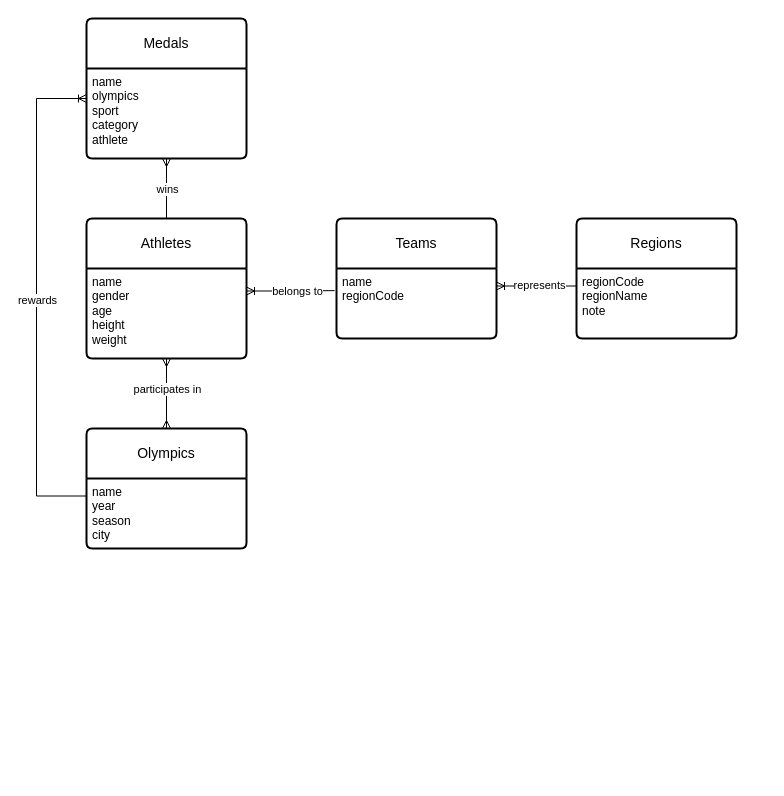
maciej-polcyn/ms-sql-olympics-database-project keeps this draw.io diagram as olympics_entity_relation_diagram.drawio. Above is the earlier version. Source tidied: cells renumbered, new cells numbered last; positions are measured from the earlier drawing's top-left corner, leaving out a move shared by most shapes. Both pictures are drawn from the tidied source at 100%, with x=0, y=0 at pixel (36, 18).
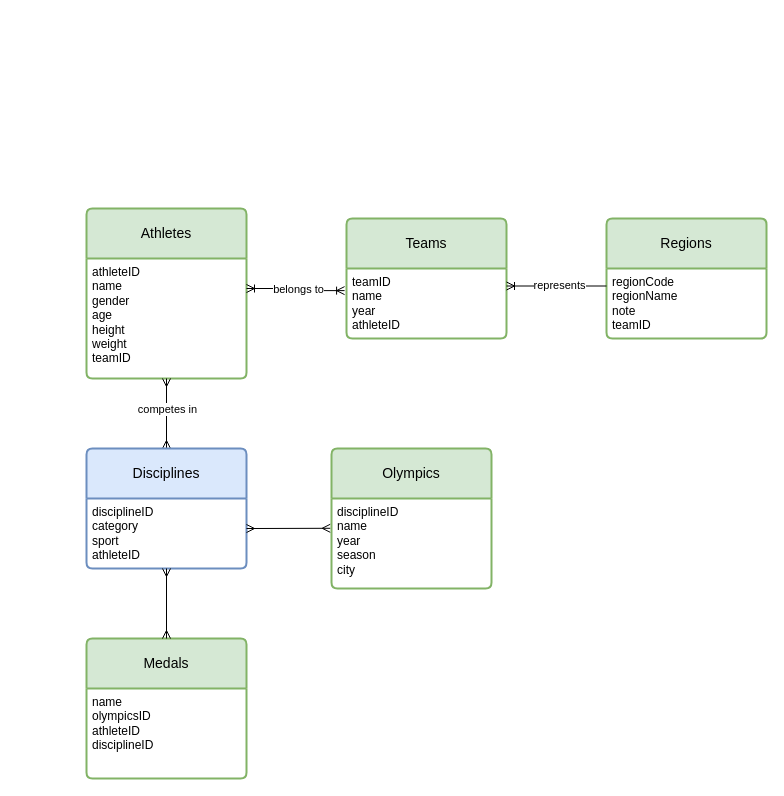
After the change.

The edit, as a diff of the source:
```diff
@@
-    <mxCell id="2" value="Athletes" style="swimlane;horizontal=1;startSize=50;rounded=1;fontSize=14;fontStyle=0;strokeWidth=2;shadow=0;dashed=0;align=center;arcSize=4;whiteSpace=wrap;html=1;" parent="1" vertex="1">
-      <mxGeometry x="50" y="200" width="160" height="140" as="geometry" />
+    <mxCell id="2" value="Athletes" style="swimlane;horizontal=1;startSize=50;rounded=1;fontSize=14;fontStyle=0;strokeWidth=2;shadow=0;dashed=0;align=center;arcSize=4;whiteSpace=wrap;html=1;fillColor=#d5e8d4;strokeColor=#82b366;" parent="1" vertex="1">
+      <mxGeometry x="50" y="190" width="160" height="170" as="geometry" />
     </mxCell>
-    <mxCell id="3" value="name&lt;br&gt;gender&lt;br&gt;age&lt;br&gt;height&lt;br&gt;weight" style="align=left;strokeColor=none;fillColor=none;spacingLeft=4;fontSize=12;verticalAlign=top;html=1;" parent="2" vertex="1">
-      <mxGeometry y="50" width="160" height="90" as="geometry" />
+    <mxCell id="3" value="athleteID&lt;br&gt;name&lt;br&gt;gender&lt;br&gt;age&lt;br&gt;height&lt;br&gt;weight&lt;br&gt;teamID" style="align=left;strokeColor=none;fillColor=none;spacingLeft=4;fontSize=12;verticalAlign=top;html=1;" parent="2" vertex="1">
+      <mxGeometry y="50" width="160" height="120" as="geometry" />
     </mxCell>
-    <mxCell id="4" value="Regions" style="swimlane;horizontal=1;startSize=50;rounded=1;fontSize=14;fontStyle=0;strokeWidth=2;shadow=0;dashed=0;align=center;arcSize=4;whiteSpace=wrap;html=1;" parent="1" vertex="1">
-      <mxGeometry x="540" y="200" width="160" height="120" as="geometry" />
+    <mxCell id="4" value="Regions" style="swimlane;horizontal=1;startSize=50;rounded=1;fontSize=14;fontStyle=0;strokeWidth=2;shadow=0;dashed=0;align=center;arcSize=4;whiteSpace=wrap;html=1;fillColor=#d5e8d4;strokeColor=#82b366;" parent="1" vertex="1">
+      <mxGeometry x="570" y="200" width="160" height="120" as="geometry" />
     </mxCell>
-    <mxCell id="5" value="regionCode&lt;br&gt;regionName&lt;br&gt;note" style="align=left;strokeColor=none;fillColor=none;spacingLeft=4;fontSize=12;verticalAlign=top;html=1;" parent="4" vertex="1">
+    <mxCell id="5" value="regionCode&lt;br&gt;regionName&lt;br&gt;note&lt;br&gt;teamID" style="align=left;strokeColor=none;fillColor=none;spacingLeft=4;fontSize=12;verticalAlign=top;html=1;" parent="4" vertex="1">
       <mxGeometry y="50" width="160" height="70" as="geometry" />
     </mxCell>
-    <mxCell id="6" value="Teams" style="swimlane;horizontal=1;startSize=50;rounded=1;fontSize=14;fontStyle=0;strokeWidth=2;shadow=0;dashed=0;align=center;arcSize=4;whiteSpace=wrap;html=1;" parent="1" vertex="1">
-      <mxGeometry x="300" y="200" width="160" height="120" as="geometry" />
+    <mxCell id="6" value="Teams" style="swimlane;horizontal=1;startSize=50;rounded=1;fontSize=14;fontStyle=0;strokeWidth=2;shadow=0;dashed=0;align=center;arcSize=4;whiteSpace=wrap;html=1;fillColor=#d5e8d4;strokeColor=#82b366;" parent="1" vertex="1">
+      <mxGeometry x="310" y="200" width="160" height="120" as="geometry" />
     </mxCell>
-    <mxCell id="7" value="name&lt;br&gt;regionCode" style="align=left;strokeColor=none;fillColor=none;spacingLeft=4;fontSize=12;verticalAlign=top;html=1;" parent="6" vertex="1">
+    <mxCell id="7" value="teamID&lt;br&gt;name&lt;br&gt;year&lt;br&gt;athleteID" style="align=left;strokeColor=none;fillColor=none;spacingLeft=4;fontSize=12;verticalAlign=top;html=1;" parent="6" vertex="1">
       <mxGeometry y="50" width="160" height="70" as="geometry" />
     </mxCell>
-    <mxCell id="8" value="Medals" style="swimlane;horizontal=1;startSize=50;rounded=1;fontSize=14;fontStyle=0;strokeWidth=2;shadow=0;dashed=0;align=center;arcSize=4;whiteSpace=wrap;html=1;" parent="1" vertex="1">
-      <mxGeometry x="50" width="160" height="140" as="geometry" />
+    <mxCell id="8" value="Medals" style="swimlane;horizontal=1;startSize=50;rounded=1;fontSize=14;fontStyle=0;strokeWidth=2;shadow=0;dashed=0;align=center;arcSize=4;whiteSpace=wrap;html=1;fillColor=#d5e8d4;strokeColor=#82b366;" parent="1" vertex="1">
+      <mxGeometry x="50" y="620" width="160" height="140" as="geometry" />
     </mxCell>
-    <mxCell id="9" value="name&lt;br&gt;olympics&lt;br&gt;sport&lt;br&gt;category&lt;br&gt;athlete" style="align=left;strokeColor=none;fillColor=none;spacingLeft=4;fontSize=12;verticalAlign=top;html=1;" parent="8" vertex="1">
+    <mxCell id="9" value="name&lt;br&gt;olympicsID&lt;br&gt;athleteID&lt;br&gt;disciplineID" style="align=left;strokeColor=none;fillColor=none;spacingLeft=4;fontSize=12;verticalAlign=top;html=1;" parent="8" vertex="1">
       <mxGeometry y="50" width="160" height="90" as="geometry" />
     </mxCell>
-    <mxCell id="10" value="Olympics" style="swimlane;horizontal=1;startSize=50;rounded=1;fontSize=14;fontStyle=0;strokeWidth=2;shadow=0;dashed=0;align=center;arcSize=4;whiteSpace=wrap;html=1;" parent="1" vertex="1">
-      <mxGeometry x="50" y="410" width="160" height="120" as="geometry" />
+    <mxCell id="10" value="Olympics" style="swimlane;horizontal=1;startSize=50;rounded=1;fontSize=14;fontStyle=0;strokeWidth=2;shadow=0;dashed=0;align=center;arcSize=4;whiteSpace=wrap;html=1;fillColor=#d5e8d4;strokeColor=#82b366;" parent="1" vertex="1">
+      <mxGeometry x="295" y="430" width="160" height="140" as="geometry" />
     </mxCell>
-    <mxCell id="11" value="name&lt;br&gt;year&lt;br&gt;season&lt;br&gt;city" style="align=left;strokeColor=none;fillColor=none;spacingLeft=4;fontSize=12;verticalAlign=top;html=1;" parent="10" vertex="1">
-      <mxGeometry y="50" width="160" height="70" as="geometry" />
+    <mxCell id="11" value="disciplineID&lt;br&gt;name&lt;br&gt;year&lt;br&gt;season&lt;br&gt;city" style="align=left;strokeColor=none;fillColor=none;spacingLeft=4;fontSize=12;verticalAlign=top;html=1;" parent="10" vertex="1">
+      <mxGeometry y="50" width="160" height="90" as="geometry" />
     </mxCell>
-    <mxCell id="12" style="edgeStyle=orthogonalEdgeStyle;rounded=0;jettySize=auto;html=1;exitX=1;exitY=0.25;exitDx=0;exitDy=0;entryX=-0.012;entryY=0.316;entryDx=0;entryDy=0;entryPerimeter=0;endArrow=none;endFill=0;startArrow=ERoneToMany;startFill=0;" parent="1" edge="1" source="3" target="7">
+    <mxCell id="12" style="edgeStyle=orthogonalEdgeStyle;rounded=0;jettySize=auto;html=1;exitX=1;exitY=0.25;exitDx=0;exitDy=0;entryX=-0.012;entryY=0.316;entryDx=0;entryDy=0;entryPerimeter=0;endArrow=ERoneToMany;endFill=0;startArrow=ERoneToMany;startFill=0;" parent="1" edge="1" source="3" target="7">
       <mxGeometry relative="1" as="geometry" />
     </mxCell>
     <mxCell id="13" value="belongs to" style="edgeLabel;html=1;align=center;verticalAlign=middle;" parent="12" vertex="1">
       <mxGeometry x="-0.39" relative="1" as="geometry">
-        <mxPoint x="23" as="offset" />
+        <mxPoint x="20" as="offset" />
       </mxGeometry>
     </mxCell>
@@
-    <mxCell id="16" style="fontSize=12;html=1;endArrow=ERmany;startArrow=ERmany;rounded=0;exitX=0.5;exitY=1;exitDx=0;exitDy=0;entryX=0.5;entryY=0;entryDx=0;entryDy=0;" parent="1" edge="1" source="3" target="10">
+    <mxCell id="16" style="fontSize=12;html=1;endArrow=ERmany;startArrow=ERmany;rounded=0;exitX=0.5;exitY=1;exitDx=0;exitDy=0;entryX=0.5;entryY=0;entryDx=0;entryDy=0;" parent="1" edge="1" source="3" target="22">
       <mxGeometry relative="1" as="geometry" />
     </mxCell>
-    <mxCell id="17" value="participates in" style="edgeLabel;html=1;align=center;verticalAlign=middle;" parent="16" vertex="1">
+    <mxCell id="17" value="competes in" style="edgeLabel;html=1;align=center;verticalAlign=middle;" parent="16" vertex="1">
       <mxGeometry x="-0.38" relative="1" as="geometry">
         <mxPoint y="8" as="offset" />
       </mxGeometry>
     </mxCell>
-    <mxCell id="18" style="fontSize=12;html=1;endArrow=ERmany;startArrow=none;rounded=0;exitX=0.5;exitY=0;exitDx=0;exitDy=0;entryX=0.5;entryY=1;entryDx=0;entryDy=0;startFill=0;" parent="1" edge="1" source="2" target="9">
-      <mxGeometry relative="1" as="geometry" />
-    </mxCell>
-    <mxCell id="19" value="wins" style="edgeLabel;html=1;align=center;verticalAlign=middle;" parent="18" vertex="1">
-      <mxGeometry x="0.2" y="2" relative="1" as="geometry">
-        <mxPoint x="2" y="6" as="offset" />
-      </mxGeometry>
-    </mxCell>
-    <mxCell id="20" style="edgeStyle=orthogonalEdgeStyle;fontSize=12;html=1;endArrow=ERoneToMany;rounded=0;exitX=0;exitY=0.25;exitDx=0;exitDy=0;" parent="1" edge="1" source="11">
-      <mxGeometry relative="1" as="geometry">
-        <mxPoint x="50" y="80" as="targetPoint" />
-        <Array as="points">
-          <mxPoint y="478" />
-          <mxPoint y="80" />
-        </Array>
-      </mxGeometry>
-    </mxCell>
-    <mxCell id="21" value="rewards" style="edgeLabel;html=1;align=center;verticalAlign=middle;" parent="20" vertex="1">
-      <mxGeometry x="0.58" y="-1" relative="1" as="geometry">
-        <mxPoint x="-1" y="147" as="offset" />
-      </mxGeometry>
-    </mxCell>
+    <mxCell id="22" value="Disciplines" style="swimlane;horizontal=1;startSize=50;rounded=1;fontSize=14;fontStyle=0;strokeWidth=2;shadow=0;dashed=0;align=center;arcSize=4;whiteSpace=wrap;html=1;fillColor=#dae8fc;strokeColor=#6c8ebf;" parent="1" vertex="1">
+      <mxGeometry x="50" y="430" width="160" height="120" as="geometry" />
+    </mxCell>
+    <mxCell id="23" value="disciplineID&lt;br&gt;category&lt;br&gt;sport&lt;br&gt;athleteID" style="align=left;strokeColor=none;fillColor=none;spacingLeft=4;fontSize=12;verticalAlign=top;html=1;" parent="22" vertex="1">
+      <mxGeometry y="50" width="160" height="70" as="geometry" />
+    </mxCell>
+    <mxCell id="24" style="fontSize=12;html=1;endArrow=ERmany;startArrow=ERmany;rounded=0;exitX=1;exitY=0.429;exitDx=0;exitDy=0;exitPerimeter=0;entryX=-0.008;entryY=0.331;entryDx=0;entryDy=0;entryPerimeter=0;" parent="1" edge="1" source="23" target="11">
+      <mxGeometry relative="1" as="geometry" />
+    </mxCell>
+    <mxCell id="25" style="fontSize=12;html=1;endArrow=ERmany;startArrow=ERmany;rounded=0;entryX=0.5;entryY=1;entryDx=0;entryDy=0;exitX=0.5;exitY=0;exitDx=0;exitDy=0;" parent="1" edge="1" source="8" target="22">
+      <mxGeometry relative="1" as="geometry" />
+    </mxCell>
```
